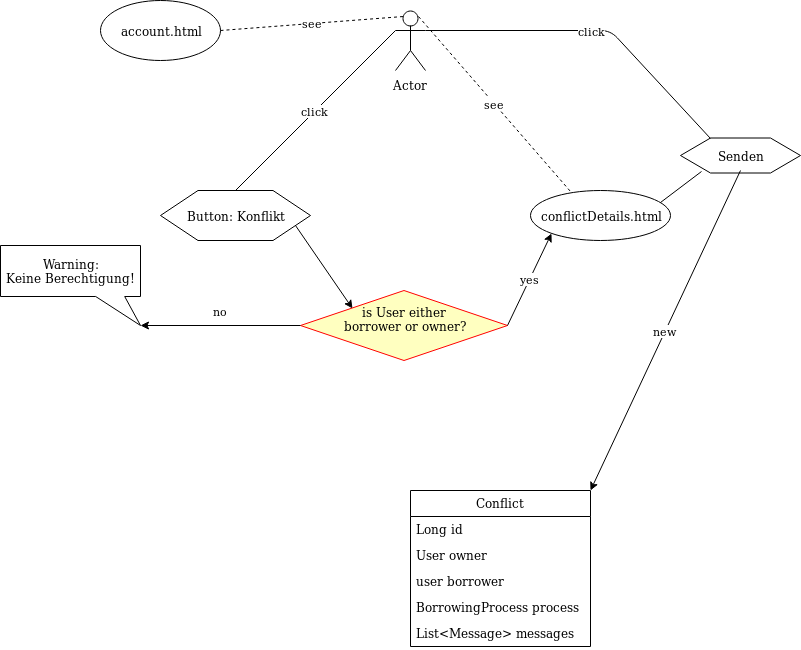
Jukre111/Propra-im-Team keeps this draw.io diagram as Diagram/newConflict.png. Above is the earlier version. Source tidied: cells renumbered, new cells last; positions are measured from the earlier drawing's top-left corner, leaving out a move shared by most shapes.
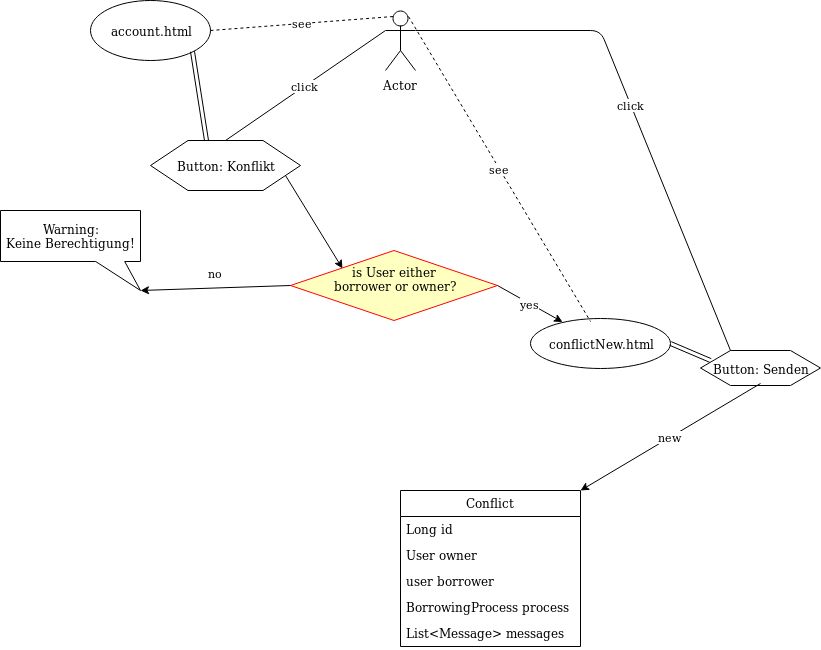
The same file after the commit.

Change to the diagram source:
```diff
@@ -12,19 +12,19 @@
       <mxGeometry relative="1" as="geometry" />
     </mxCell>
     <mxCell id="5" value="Button: Konflikt" style="shape=hexagon;perimeter=hexagonPerimeter2;whiteSpace=wrap;html=1;" parent="1" vertex="1">
-      <mxGeometry x="160" y="190" width="150" height="50" as="geometry" />
+      <mxGeometry x="160" y="140" width="150" height="50" as="geometry" />
     </mxCell>
     <mxCell id="6" value="click" style="endArrow=none;html=1;entryX=0;entryY=0.3333333333333333;entryDx=0;entryDy=0;entryPerimeter=0;exitX=0.5;exitY=0;exitDx=0;exitDy=0;" parent="1" edge="1" source="5" target="2">
       <mxGeometry relative="1" as="geometry" />
     </mxCell>
-    <mxCell id="7" value="conflictDetails.html" style="ellipse;whiteSpace=wrap;html=1;" parent="1" vertex="1">
-      <mxGeometry x="530" y="190" width="140" height="50" as="geometry" />
+    <mxCell id="7" value="conflictNew.html" style="ellipse;whiteSpace=wrap;html=1;" parent="1" vertex="1">
+      <mxGeometry x="540" y="317.5" width="140" height="50" as="geometry" />
     </mxCell>
-    <mxCell id="8" value="see" style="endArrow=none;dashed=1;html=1;exitX=0.75;exitY=0.1;exitDx=0;exitDy=0;exitPerimeter=0;entryX=0.286;entryY=0.02;entryDx=0;entryDy=0;entryPerimeter=0;" parent="1" edge="1" source="2" target="7">
+    <mxCell id="8" value="see" style="endArrow=none;dashed=1;html=1;exitX=0.75;exitY=0.1;exitDx=0;exitDy=0;exitPerimeter=0;entryX=0.429;entryY=0.07;entryDx=0;entryDy=0;entryPerimeter=0;" parent="1" edge="1" source="2" target="7">
       <mxGeometry relative="1" as="geometry" />
     </mxCell>
-    <mxCell id="9" value="Senden" style="shape=hexagon;perimeter=hexagonPerimeter2;whiteSpace=wrap;html=1;" parent="1" vertex="1">
-      <mxGeometry x="680" y="137.5" width="120" height="35" as="geometry" />
+    <mxCell id="9" value="Button: Senden" style="shape=hexagon;perimeter=hexagonPerimeter2;whiteSpace=wrap;html=1;" parent="1" vertex="1">
+      <mxGeometry x="710" y="350" width="120" height="35" as="geometry" />
     </mxCell>
     <mxCell id="10" value="click" style="endArrow=none;html=1;exitX=1;exitY=0.3333333333333333;exitDx=0;exitDy=0;exitPerimeter=0;entryX=0.25;entryY=0;entryDx=0;entryDy=0;entryPerimeter=0;" parent="1" edge="1" source="2" target="9">
       <mxGeometry relative="1" as="geometry">
@@ -37,20 +37,17 @@
       <mxGeometry relative="1" as="geometry" />
     </mxCell>
     <mxCell id="12" value="&lt;div&gt;is User either &lt;br&gt;&lt;/div&gt;&lt;div&gt;borrower or owner?&lt;/div&gt;&lt;div&gt;&lt;br&gt;&lt;/div&gt;" style="rhombus;whiteSpace=wrap;html=1;fillColor=#ffffc0;strokeColor=#ff0000;" parent="1" vertex="1">
-      <mxGeometry x="300" y="290" width="207" height="70" as="geometry" />
+      <mxGeometry x="300" y="250" width="207" height="70" as="geometry" />
     </mxCell>
-    <mxCell id="13" value="yes" style="endArrow=classic;html=1;exitX=1;exitY=0.5;exitDx=0;exitDy=0;entryX=0;entryY=1;entryDx=0;entryDy=0;" parent="1" edge="1" source="12" target="7">
+    <mxCell id="13" value="yes" style="endArrow=classic;html=1;exitX=1;exitY=0.5;exitDx=0;exitDy=0;" parent="1" edge="1" source="12" target="7">
       <mxGeometry relative="1" as="geometry" />
     </mxCell>
     <mxCell id="14" value="no" style="endArrow=classic;html=1;exitX=0;exitY=0.5;exitDx=0;exitDy=0;entryX=0;entryY=0;entryDx=140;entryDy=80;entryPerimeter=0;" parent="1" edge="1" source="12" target="15">
       <mxGeometry y="-15" relative="1" as="geometry" />
     </mxCell>
     <mxCell id="15" value="&lt;div&gt;Warning: &lt;br&gt;&lt;/div&gt;&lt;div&gt;Keine Berechtigung!&lt;br&gt;&lt;/div&gt;" style="shape=callout;whiteSpace=wrap;html=1;perimeter=calloutPerimeter;position2=1;base=29;size=29;position=0.68;" parent="1" vertex="1">
-      <mxGeometry y="245" width="140" height="80" as="geometry" />
+      <mxGeometry x="10" y="210" width="140" height="80" as="geometry" />
     </mxCell>
-    <mxCell id="16" style="endArrow=none;html=1;exitX=0.929;exitY=0.24;exitDx=0;exitDy=0;exitPerimeter=0;entryX=0.175;entryY=0.957;entryDx=0;entryDy=0;entryPerimeter=0;" parent="1" edge="1" source="7" target="9">
-      <mxGeometry relative="1" as="geometry" />
-    </mxCell>
     <mxCell id="17" value="new" style="endArrow=classic;html=1;exitX=0.5;exitY=0.929;exitDx=0;exitDy=0;exitPerimeter=0;" parent="1" edge="1" source="9">
       <mxGeometry relative="1" as="geometry">
         <mxPoint x="590" y="490" as="targetPoint" />
@@ -74,5 +71,13 @@
     <mxCell id="23" value="List&lt;Message&gt; messages" style="text;strokeColor=none;fillColor=none;align=left;verticalAlign=top;spacingLeft=4;spacingRight=4;overflow=hidden;" parent="18" vertex="1">
       <mxGeometry y="130" width="180" height="26" as="geometry" />
     </mxCell>
+    <mxCell id="24" style="shape=link;html=1;exitX=1;exitY=0.5;exitDx=0;exitDy=0;" parent="1" edge="1" source="7">
+      <mxGeometry relative="1" as="geometry">
+        <mxPoint x="720" y="360" as="targetPoint" />
+      </mxGeometry>
+    </mxCell>
+    <mxCell id="25" style="shape=link;html=1;entryX=1;entryY=1;entryDx=0;entryDy=0;exitX=0.375;exitY=0;exitDx=0;exitDy=0;" parent="1" edge="1" source="5" target="3">
+      <mxGeometry relative="1" as="geometry" />
+    </mxCell>
   </root>
 </mxGraphModel>
```
